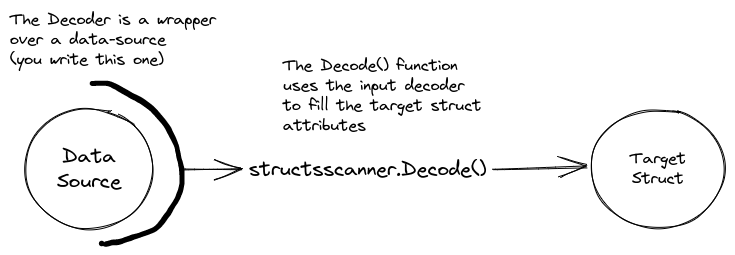
Before: docs/understanding-the-project.png, a diagram exported from Excalidraw (VinGarcia/structscanner). Source tidied: one line per element, renumbered; positions are measured from the earlier drawing's top-left corner, leaving out a move shared by most shapes. Its diagram source:
```json
{"id": 0, "type": "freedraw", "strokeColor": "#000000", "angle": 3.13, "strokeWidth": 1, "roughness": 1, "x": 172, "y": 253, "width": 89, "height": 162, "points": [[0, -18], [-8, -18], [-16, -18], [-23, -22], [-30, -25], [-36, -29], [-43, -32], [-48, -35], [-55, -41], [-62, -46], [-68, -53], [-74, -60], [-78, -69], [-82, -77], [-86, -91], [-88, -100], [-89, -108], [-89, -121], [-86, -130], [-81, -140], [-76, -147], [-71, -153], [-64, -163], [-54, -167], [-45, -171], [-37, -173], [-28, -176], [-22, -177], [-11, -179], [-8, -179]]}
{"id": 1, "type": "ellipse", "strokeColor": "#000000", "strokeWidth": 1, "roughness": 1, "x": 15, "y": 98, "width": 128, "height": 121}
{"id": 2, "type": "text", "text": "Data\nSource", "strokeColor": "#000000", "strokeWidth": 1, "roughness": 1, "fontSize": 20, "fontFamily": 1, "textAlign": "center", "verticalAlign": "middle", "inside": 1, "x": 20, "y": 134, "width": 118, "height": 50}
{"id": 3, "type": "text", "text": "The Decoder is a wrapper\nover a data-source\n(you write this one)", "strokeColor": "#000000", "strokeWidth": 1, "roughness": 1, "fontSize": 16, "fontFamily": 1, "x": 0, "y": 0, "width": 206, "height": 60}
{"id": 4, "type": "text", "text": "structsscanner.Decode()", "strokeColor": "#000000", "strokeWidth": 1, "roughness": 1, "fontSize": 20, "fontFamily": 1, "x": 239, "y": 146, "width": 238, "height": 25}
{"id": 5, "type": "arrow", "strokeColor": "#000000", "strokeWidth": 1, "roughness": 1, "endArrowhead": "arrow", "from": 1, "to": 4, "x": 171, "y": 160, "width": 62, "height": 0, "points": [[0, 0], [62, 0]]}
{"id": 6, "type": "text", "text": "The Decode() function\nuses the input decoder\nto fill the target struct\nattributes", "strokeColor": "#000000", "strokeWidth": 1, "roughness": 1, "fontSize": 16, "fontFamily": 1, "x": 273, "y": 46, "width": 198, "height": 80}
{"id": 7, "type": "ellipse", "strokeColor": "#000000", "strokeWidth": 1, "roughness": 1, "x": 581, "y": 100, "width": 134, "height": 118}
{"id": 8, "type": "text", "text": "Target\nStruct", "strokeColor": "#000000", "strokeWidth": 1, "roughness": 1, "fontSize": 16, "fontFamily": 1, "textAlign": "center", "verticalAlign": "middle", "inside": 7, "x": 586, "y": 139, "width": 124, "height": 40}
{"id": 9, "type": "arrow", "strokeColor": "#000000", "strokeWidth": 1, "roughness": 1, "endArrowhead": "arrow", "from": 4, "to": 7, "x": 483, "y": 158, "width": 94, "height": 1, "points": [[0, 0], [94, -1]]}
```
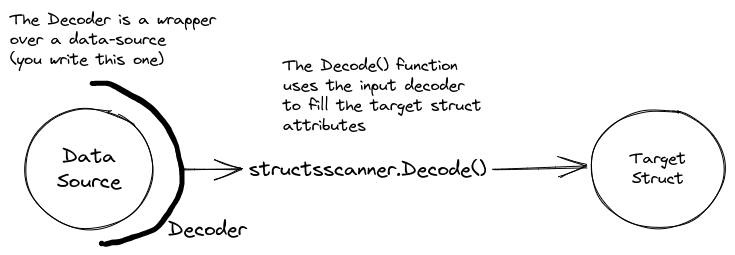
After the change.

What changed in the source:
```diff
@@ -8,3 +8,4 @@
 {"id": 7, "type": "ellipse", "strokeColor": "#000000", "strokeWidth": 1, "roughness": 1, "x": 581, "y": 100, "width": 134, "height": 118}
 {"id": 8, "type": "text", "text": "Target\nStruct", "strokeColor": "#000000", "strokeWidth": 1, "roughness": 1, "fontSize": 16, "fontFamily": 1, "textAlign": "center", "verticalAlign": "middle", "inside": 7, "x": 586, "y": 139, "width": 124, "height": 40}
 {"id": 9, "type": "arrow", "strokeColor": "#000000", "strokeWidth": 1, "roughness": 1, "endArrowhead": "arrow", "from": 4, "to": 7, "x": 483, "y": 158, "width": 94, "height": 1, "points": [[0, 0], [94, -1]]}
+{"id": 10, "type": "text", "text": "Decoder", "strokeColor": "#000000", "strokeWidth": 1, "roughness": 1, "fontSize": 20, "fontFamily": 1, "x": 158, "y": 207, "width": 80, "height": 25}
```
